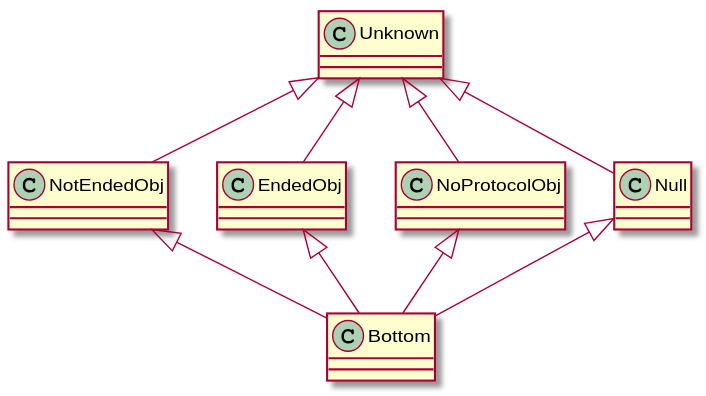
Above: type_system.svg in jdmota/java-typestate-checker (PlantUML), before the change.
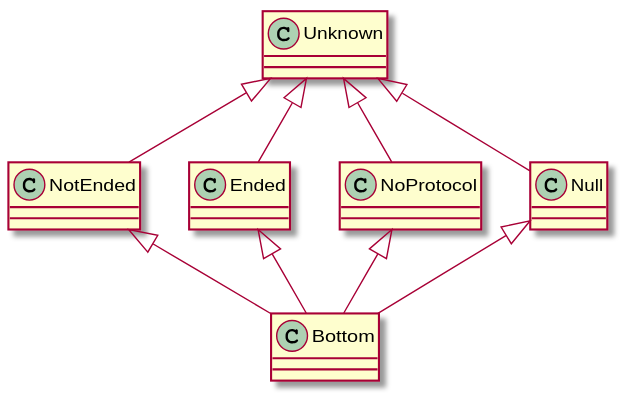
After the change.

What changed in the source:
```diff
@@ -1,10 +1,10 @@
 @startuml
-Unknown <|-- NotEndedObj
-Unknown <|-- EndedObj
-Unknown <|-- NoProtocolObj
+Unknown <|-- NotEnded
+Unknown <|-- Ended
+Unknown <|-- NoProtocol
 Unknown <|-- Null
-NotEndedObj <|-- Bottom
-EndedObj <|-- Bottom
-NoProtocolObj <|-- Bottom
+NotEnded <|-- Bottom
+Ended <|-- Bottom
+NoProtocol <|-- Bottom
 Null <|-- Bottom
 @enduml
```
